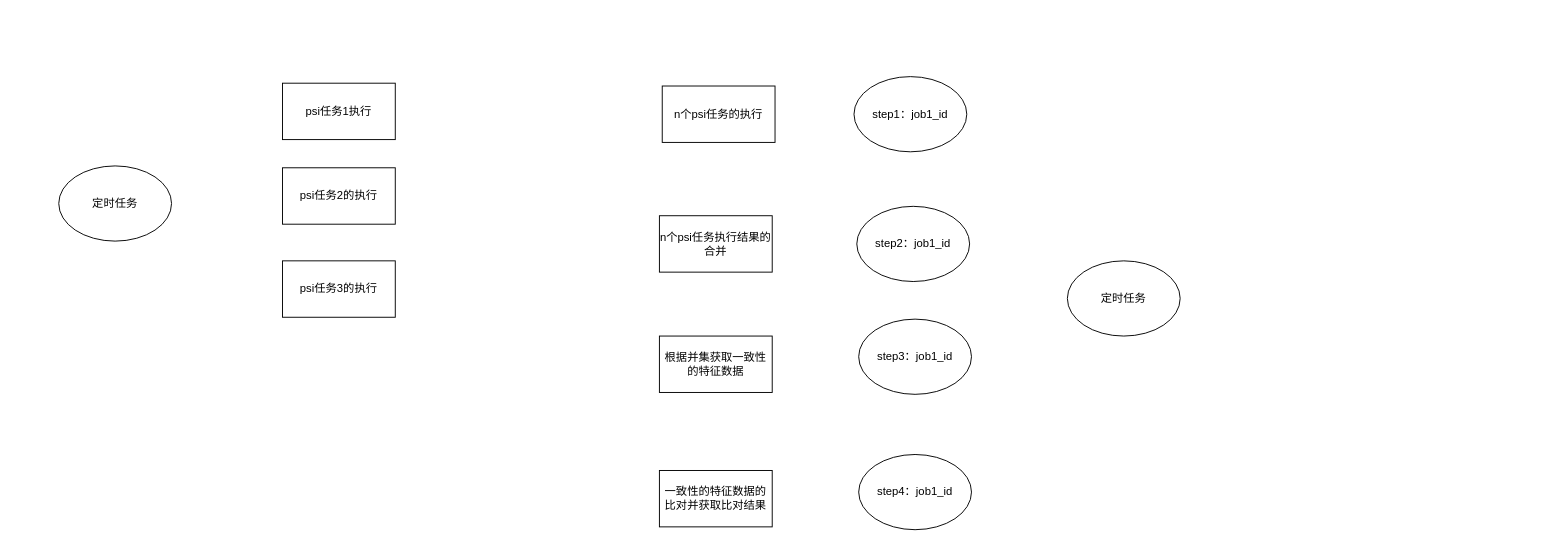
The draw.io diagram PsiValidate/管信psiValidate项目.drawio in ljf0705/FlowPictureWithMorePoject, before the edit. Source tidied: cells renumbered, new cells numbered last; positions are measured from the earlier drawing's top-left corner, leaving out a move shared by most shapes. Both pictures are drawn from the tidied source at 94%, with x=0, y=0 at pixel (58, 76).
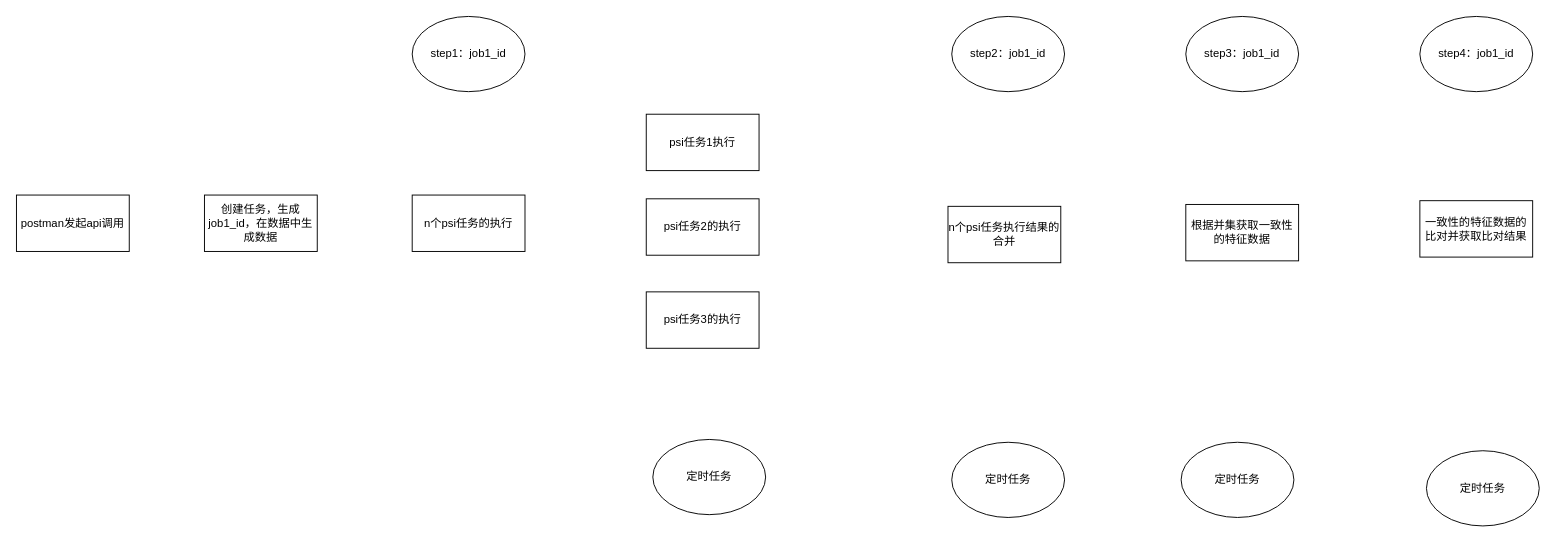
Above is the later version.

Commit message (it also covers changes not shown here):
更新管信psiValidate项目.drawio

The edit, as a diff of the source:
```diff
@@
 <mxGraphModel>
   <root>
     <mxCell id="0" />
     <mxCell id="1" parent="0" />
     <mxCell id="2" value="n个psi任务的执行" style="rounded=0;whiteSpace=wrap;html=1;" parent="1" vertex="1">
-      <mxGeometry x="642" y="10" width="120" height="60" as="geometry" />
+      <mxGeometry x="376" y="126" width="120" height="60" as="geometry" />
     </mxCell>
     <mxCell id="3" value="n个psi任务执行结果的合并" style="rounded=0;whiteSpace=wrap;html=1;" parent="1" vertex="1">
-      <mxGeometry x="639" y="148" width="120" height="60" as="geometry" />
+      <mxGeometry x="946" y="138" width="120" height="60" as="geometry" />
     </mxCell>
     <mxCell id="4" value="根据并集获取一致性的特征数据" style="rounded=0;whiteSpace=wrap;html=1;" parent="1" vertex="1">
-      <mxGeometry x="639" y="276" width="120" height="60" as="geometry" />
+      <mxGeometry x="1199" y="136" width="120" height="60" as="geometry" />
     </mxCell>
     <mxCell id="5" value="一致性的特征数据的比对并获取比对结果" style="rounded=0;whiteSpace=wrap;html=1;" parent="1" vertex="1">
-      <mxGeometry x="639" y="419" width="120" height="60" as="geometry" />
+      <mxGeometry x="1448" y="132" width="120" height="60" as="geometry" />
     </mxCell>
     <mxCell id="6" value="step1：job1_id" style="ellipse;whiteSpace=wrap;html=1;" parent="1" vertex="1">
-      <mxGeometry x="846" width="120" height="80" as="geometry" />
+      <mxGeometry x="376" y="-64" width="120" height="80" as="geometry" />
     </mxCell>
     <mxCell id="7" value="step2：job1_id" style="ellipse;whiteSpace=wrap;html=1;" parent="1" vertex="1">
-      <mxGeometry x="849" y="138" width="120" height="80" as="geometry" />
+      <mxGeometry x="950" y="-64" width="120" height="80" as="geometry" />
     </mxCell>
     <mxCell id="8" value="step3：job1_id" style="ellipse;whiteSpace=wrap;html=1;" parent="1" vertex="1">
-      <mxGeometry x="851" y="258" width="120" height="80" as="geometry" />
+      <mxGeometry x="1199" y="-64" width="120" height="80" as="geometry" />
     </mxCell>
     <mxCell id="9" value="step4：job1_id" style="ellipse;whiteSpace=wrap;html=1;" parent="1" vertex="1">
-      <mxGeometry x="851" y="402" width="120" height="80" as="geometry" />
+      <mxGeometry x="1448" y="-64" width="120" height="80" as="geometry" />
     </mxCell>
     <mxCell id="10" value="定时任务" style="ellipse;whiteSpace=wrap;html=1;" parent="1" vertex="1">
-      <mxGeometry x="1073" y="196" width="120" height="80" as="geometry" />
+      <mxGeometry x="950" y="389" width="120" height="80" as="geometry" />
     </mxCell>
     <mxCell id="11" value="psi任务1执行" style="rounded=0;whiteSpace=wrap;html=1;" parent="1" vertex="1">
-      <mxGeometry x="238" y="7" width="120" height="60" as="geometry" />
+      <mxGeometry x="625" y="40" width="120" height="60" as="geometry" />
     </mxCell>
     <mxCell id="12" value="psi任务2的执行" style="rounded=0;whiteSpace=wrap;html=1;" parent="1" vertex="1">
-      <mxGeometry x="238" y="97" width="120" height="60" as="geometry" />
+      <mxGeometry x="625" y="130" width="120" height="60" as="geometry" />
     </mxCell>
     <mxCell id="13" value="定时任务" style="ellipse;whiteSpace=wrap;html=1;" parent="1" vertex="1">
-      <mxGeometry y="95" width="120" height="80" as="geometry" />
+      <mxGeometry x="632" y="386" width="120" height="80" as="geometry" />
     </mxCell>
     <mxCell id="14" value="psi任务3的执行" style="rounded=0;whiteSpace=wrap;html=1;" parent="1" vertex="1">
-      <mxGeometry x="238" y="196" width="120" height="60" as="geometry" />
+      <mxGeometry x="625" y="229" width="120" height="60" as="geometry" />
     </mxCell>
+    <mxCell id="15" value="创建任务，生成job1_id，在数据中生成数据" style="rounded=0;whiteSpace=wrap;html=1;" parent="1" vertex="1">
+      <mxGeometry x="155" y="126" width="120" height="60" as="geometry" />
+    </mxCell>
+    <mxCell id="16" value="postman发起api调用" style="rounded=0;whiteSpace=wrap;html=1;" parent="1" vertex="1">
+      <mxGeometry x="-45" y="126" width="120" height="60" as="geometry" />
+    </mxCell>
+    <mxCell id="17" value="定时任务" style="ellipse;whiteSpace=wrap;html=1;" parent="1" vertex="1">
+      <mxGeometry x="1194" y="389" width="120" height="80" as="geometry" />
+    </mxCell>
+    <mxCell id="18" value="定时任务" style="ellipse;whiteSpace=wrap;html=1;" parent="1" vertex="1">
+      <mxGeometry x="1455" y="398" width="120" height="80" as="geometry" />
+    </mxCell>
   </root>
 </mxGraphModel>
```
